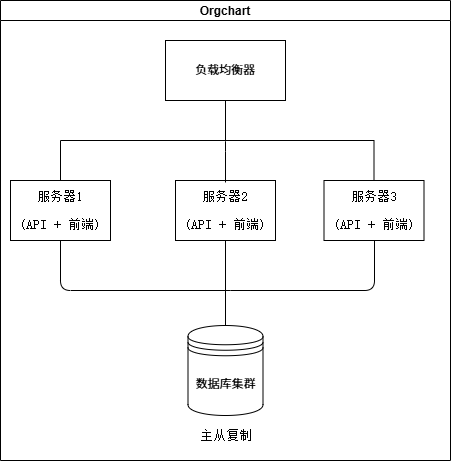
Earlier version of the draw.io export 架构示例.drawio.png (kikikong31/highland-nexus-ui). Source tidied: cells renumbered, new cells last; positions are measured from the earlier drawing's top-left corner, leaving out a move shared by most shapes. The source it was exported from:
```xml
<mxGraphModel>
  <root>
    <mxCell id="0" />
    <mxCell id="1" parent="0" />
    <mxCell id="2" value="Orgchart" style="swimlane;startSize=20;horizontal=1;containerType=tree;newEdgeStyle={&quot;edgeStyle&quot;:&quot;elbowEdgeStyle&quot;,&quot;startArrow&quot;:&quot;none&quot;,&quot;endArrow&quot;:&quot;none&quot;};" parent="1" vertex="1">
      <mxGeometry width="450" height="460" as="geometry" />
    </mxCell>
    <mxCell id="3" style="edgeStyle=elbowEdgeStyle;elbow=vertical;sourcePerimeterSpacing=0;targetPerimeterSpacing=0;startArrow=none;endArrow=none;rounded=0;curved=0;" parent="2" edge="1" source="5" target="7">
      <mxGeometry relative="1" as="geometry" />
    </mxCell>
    <mxCell id="4" style="edgeStyle=elbowEdgeStyle;elbow=vertical;sourcePerimeterSpacing=0;targetPerimeterSpacing=0;startArrow=none;endArrow=none;rounded=0;curved=0;" parent="2" edge="1" source="5" target="9">
      <mxGeometry relative="1" as="geometry">
        <Array as="points">
          <mxPoint x="225" y="140" />
        </Array>
      </mxGeometry>
    </mxCell>
    <mxCell id="5" value="负载均衡器" style="whiteSpace=wrap;html=1;align=center;newEdgeStyle={&quot;edgeStyle&quot;:&quot;elbowEdgeStyle&quot;,&quot;startArrow&quot;:&quot;none&quot;,&quot;endArrow&quot;:&quot;none&quot;};" parent="2" vertex="1">
      <mxGeometry x="165" y="40" width="120" height="60" as="geometry" />
    </mxCell>
    <mxCell id="6" style="edgeStyle=elbowEdgeStyle;html=1;startArrow=none;endArrow=none;" parent="2" edge="1" source="7">
      <mxGeometry relative="1" as="geometry">
        <mxPoint x="230" y="290" as="targetPoint" />
        <Array as="points">
          <mxPoint x="60" y="390" />
        </Array>
      </mxGeometry>
    </mxCell>
    <mxCell id="7" value="&lt;p class=&quot;MsoNormal&quot;&gt;&lt;span style=&quot;mso-spacerun:'yes';font-family:宋体;mso-hansi-font-family:'Courier New';&lt;br/&gt;color:rgb(0,0,0);font-size:10.0000pt;mso-font-kerning:1.0000pt;&quot;&gt;&lt;font face=&quot;宋体&quot;&gt;服务器&lt;/font&gt;1&lt;br&gt;&lt;/span&gt;&lt;/p&gt;&lt;p class=&quot;MsoNormal&quot;&gt;&lt;span style=&quot;mso-spacerun:'yes';font-family:宋体;mso-hansi-font-family:'Courier New';&lt;br/&gt;color:rgb(0,0,0);font-size:10.0000pt;mso-font-kerning:1.0000pt;&quot;&gt;(API + 前端)&lt;/span&gt;&lt;span style=&quot;mso-spacerun:'yes';font-family:宋体;mso-hansi-font-family:'Courier New';&lt;br/&gt;color:rgb(0,0,0);font-size:10.0000pt;mso-font-kerning:1.0000pt;&quot;&gt;&lt;br&gt;&lt;/span&gt;&lt;/p&gt;" style="whiteSpace=wrap;html=1;align=center;verticalAlign=middle;newEdgeStyle={&quot;edgeStyle&quot;:&quot;elbowEdgeStyle&quot;,&quot;startArrow&quot;:&quot;none&quot;,&quot;endArrow&quot;:&quot;none&quot;};" parent="2" vertex="1">
      <mxGeometry x="10" y="180" width="100" height="60" as="geometry" />
    </mxCell>
    <mxCell id="8" style="edgeStyle=elbowEdgeStyle;html=1;startArrow=none;endArrow=none;" parent="2" edge="1" source="9">
      <mxGeometry relative="1" as="geometry">
        <mxPoint x="230" y="290" as="targetPoint" />
        <Array as="points">
          <mxPoint x="374" y="300" />
        </Array>
      </mxGeometry>
    </mxCell>
    <mxCell id="9" value="&lt;p class=&quot;MsoNormal&quot;&gt;&lt;span style=&quot;mso-spacerun:'yes';font-family:宋体;mso-hansi-font-family:'Courier New';&lt;br/&gt;color:rgb(0,0,0);font-size:10.0000pt;mso-font-kerning:1.0000pt;&quot;&gt;&lt;font face=&quot;宋体&quot;&gt;服务器&lt;/font&gt;3&lt;br&gt;&lt;/span&gt;&lt;/p&gt;&lt;p class=&quot;MsoNormal&quot;&gt;&lt;span style=&quot;mso-spacerun:'yes';font-family:宋体;mso-hansi-font-family:'Courier New';&lt;br/&gt;color:rgb(0,0,0);font-size:10.0000pt;mso-font-kerning:1.0000pt;&quot;&gt;(API + 前端)&lt;/span&gt;&lt;span style=&quot;mso-spacerun:'yes';font-family:宋体;mso-hansi-font-family:'Courier New';&lt;br/&gt;color:rgb(0,0,0);font-size:10.0000pt;mso-font-kerning:1.0000pt;&quot;&gt;&lt;br&gt;&lt;/span&gt;&lt;/p&gt;" style="whiteSpace=wrap;html=1;align=center;verticalAlign=middle;newEdgeStyle={&quot;edgeStyle&quot;:&quot;elbowEdgeStyle&quot;,&quot;startArrow&quot;:&quot;none&quot;,&quot;endArrow&quot;:&quot;none&quot;};" parent="2" vertex="1">
      <mxGeometry x="323.5" y="180" width="100" height="60" as="geometry" />
    </mxCell>
    <mxCell id="10" style="edgeStyle=elbowEdgeStyle;html=1;startArrow=none;endArrow=none;entryX=0.5;entryY=0;entryDx=0;entryDy=0;" parent="2" edge="1" source="11" target="13">
      <mxGeometry relative="1" as="geometry" />
    </mxCell>
    <mxCell id="11" value="&lt;p class=&quot;MsoNormal&quot;&gt;&lt;span style=&quot;mso-spacerun:'yes';font-family:宋体;mso-hansi-font-family:'Courier New';&lt;br/&gt;color:rgb(0,0,0);font-size:10.0000pt;mso-font-kerning:1.0000pt;&quot;&gt;&lt;font face=&quot;宋体&quot;&gt;服务器&lt;/font&gt;2&lt;br&gt;&lt;/span&gt;&lt;/p&gt;&lt;p class=&quot;MsoNormal&quot;&gt;&lt;span style=&quot;mso-spacerun:'yes';font-family:宋体;mso-hansi-font-family:'Courier New';&lt;br/&gt;color:rgb(0,0,0);font-size:10.0000pt;mso-font-kerning:1.0000pt;&quot;&gt;(API + 前端)&lt;/span&gt;&lt;span style=&quot;mso-spacerun:'yes';font-family:宋体;mso-hansi-font-family:'Courier New';&lt;br/&gt;color:rgb(0,0,0);font-size:10.0000pt;mso-font-kerning:1.0000pt;&quot;&gt;&lt;br&gt;&lt;/span&gt;&lt;/p&gt;" style="whiteSpace=wrap;html=1;align=center;verticalAlign=middle;newEdgeStyle={&quot;edgeStyle&quot;:&quot;elbowEdgeStyle&quot;,&quot;startArrow&quot;:&quot;none&quot;,&quot;endArrow&quot;:&quot;none&quot;};" parent="2" vertex="1">
      <mxGeometry x="175" y="180" width="100" height="60" as="geometry" />
    </mxCell>
    <mxCell id="12" style="edgeStyle=elbowEdgeStyle;html=1;startArrow=none;endArrow=none;entryX=0.61;entryY=0.033;entryDx=0;entryDy=0;entryPerimeter=0;" parent="2" edge="1">
      <mxGeometry relative="1" as="geometry">
        <mxPoint x="225" y="100" as="sourcePoint" />
        <mxPoint x="225" y="182" as="targetPoint" />
      </mxGeometry>
    </mxCell>
    <mxCell id="13" value="数据库集群" style="shape=datastore;whiteSpace=wrap;html=1;" parent="2" vertex="1">
      <mxGeometry x="187.5" y="325" width="75" height="90" as="geometry" />
    </mxCell>
    <mxCell id="14" value="&lt;p class=&quot;MsoNormal&quot;&gt;&lt;span style=&quot;mso-spacerun:'yes';font-family:宋体;mso-hansi-font-family:'Courier New';&lt;br/&gt;color:rgb(0,0,0);font-size:10.0000pt;mso-font-kerning:1.0000pt;&quot;&gt;&lt;font face=&quot;宋体&quot;&gt;主从复制&lt;/font&gt;&lt;/span&gt;&lt;/p&gt;" style="text;html=1;align=center;verticalAlign=middle;strokeColor=none;fillColor=none;" parent="2" vertex="1">
      <mxGeometry x="185" y="410" width="80" height="50" as="geometry" />
    </mxCell>
  </root>
</mxGraphModel>
```
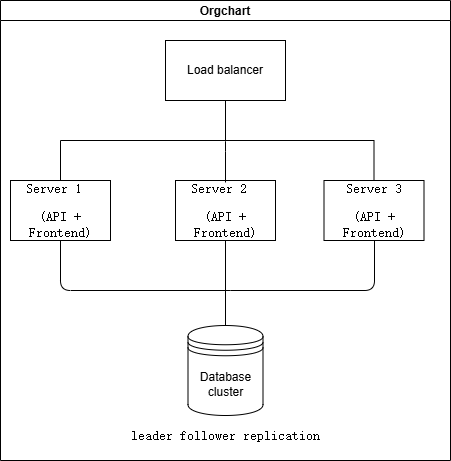
The same diagram one commit later.

What changed in the source:
```diff
@@ -15,7 +15,7 @@
         </Array>
       </mxGeometry>
     </mxCell>
-    <mxCell id="5" value="负载均衡器" style="whiteSpace=wrap;html=1;align=center;newEdgeStyle={&quot;edgeStyle&quot;:&quot;elbowEdgeStyle&quot;,&quot;startArrow&quot;:&quot;none&quot;,&quot;endArrow&quot;:&quot;none&quot;};" parent="2" vertex="1">
+    <mxCell id="5" value="Load balancer" style="whiteSpace=wrap;html=1;align=center;newEdgeStyle={&quot;edgeStyle&quot;:&quot;elbowEdgeStyle&quot;,&quot;startArrow&quot;:&quot;none&quot;,&quot;endArrow&quot;:&quot;none&quot;};" parent="2" vertex="1">
       <mxGeometry x="165" y="40" width="120" height="60" as="geometry" />
     </mxCell>
     <mxCell id="6" style="edgeStyle=elbowEdgeStyle;html=1;startArrow=none;endArrow=none;" parent="2" edge="1" source="7">
@@ -26,7 +26,7 @@
         </Array>
       </mxGeometry>
     </mxCell>
-    <mxCell id="7" value="&lt;p class=&quot;MsoNormal&quot;&gt;&lt;span style=&quot;mso-spacerun:'yes';font-family:宋体;mso-hansi-font-family:'Courier New';&lt;br/&gt;color:rgb(0,0,0);font-size:10.0000pt;mso-font-kerning:1.0000pt;&quot;&gt;&lt;font face=&quot;宋体&quot;&gt;服务器&lt;/font&gt;1&lt;br&gt;&lt;/span&gt;&lt;/p&gt;&lt;p class=&quot;MsoNormal&quot;&gt;&lt;span style=&quot;mso-spacerun:'yes';font-family:宋体;mso-hansi-font-family:'Courier New';&lt;br/&gt;color:rgb(0,0,0);font-size:10.0000pt;mso-font-kerning:1.0000pt;&quot;&gt;(API + 前端)&lt;/span&gt;&lt;span style=&quot;mso-spacerun:'yes';font-family:宋体;mso-hansi-font-family:'Courier New';&lt;br/&gt;color:rgb(0,0,0);font-size:10.0000pt;mso-font-kerning:1.0000pt;&quot;&gt;&lt;br&gt;&lt;/span&gt;&lt;/p&gt;" style="whiteSpace=wrap;html=1;align=center;verticalAlign=middle;newEdgeStyle={&quot;edgeStyle&quot;:&quot;elbowEdgeStyle&quot;,&quot;startArrow&quot;:&quot;none&quot;,&quot;endArrow&quot;:&quot;none&quot;};" parent="2" vertex="1">
+    <mxCell id="7" value="&lt;p class=&quot;MsoNormal&quot;&gt;&lt;font face=&quot;宋体&quot;&gt;&lt;span style=&quot;font-size: 13.3333px;&quot;&gt;Server 1&amp;nbsp;&lt;/span&gt;&lt;/font&gt;&lt;/p&gt;&lt;p class=&quot;MsoNormal&quot;&gt;&lt;font face=&quot;宋体&quot;&gt;&lt;span style=&quot;font-size: 13.3333px;&quot;&gt;(API + Frontend)&lt;/span&gt;&lt;/font&gt;&lt;/p&gt;" style="whiteSpace=wrap;html=1;align=center;verticalAlign=middle;newEdgeStyle={&quot;edgeStyle&quot;:&quot;elbowEdgeStyle&quot;,&quot;startArrow&quot;:&quot;none&quot;,&quot;endArrow&quot;:&quot;none&quot;};" parent="2" vertex="1">
       <mxGeometry x="10" y="180" width="100" height="60" as="geometry" />
     </mxCell>
     <mxCell id="8" style="edgeStyle=elbowEdgeStyle;html=1;startArrow=none;endArrow=none;" parent="2" edge="1" source="9">
@@ -37,13 +37,13 @@
         </Array>
       </mxGeometry>
     </mxCell>
-    <mxCell id="9" value="&lt;p class=&quot;MsoNormal&quot;&gt;&lt;span style=&quot;mso-spacerun:'yes';font-family:宋体;mso-hansi-font-family:'Courier New';&lt;br/&gt;color:rgb(0,0,0);font-size:10.0000pt;mso-font-kerning:1.0000pt;&quot;&gt;&lt;font face=&quot;宋体&quot;&gt;服务器&lt;/font&gt;3&lt;br&gt;&lt;/span&gt;&lt;/p&gt;&lt;p class=&quot;MsoNormal&quot;&gt;&lt;span style=&quot;mso-spacerun:'yes';font-family:宋体;mso-hansi-font-family:'Courier New';&lt;br/&gt;color:rgb(0,0,0);font-size:10.0000pt;mso-font-kerning:1.0000pt;&quot;&gt;(API + 前端)&lt;/span&gt;&lt;span style=&quot;mso-spacerun:'yes';font-family:宋体;mso-hansi-font-family:'Courier New';&lt;br/&gt;color:rgb(0,0,0);font-size:10.0000pt;mso-font-kerning:1.0000pt;&quot;&gt;&lt;br&gt;&lt;/span&gt;&lt;/p&gt;" style="whiteSpace=wrap;html=1;align=center;verticalAlign=middle;newEdgeStyle={&quot;edgeStyle&quot;:&quot;elbowEdgeStyle&quot;,&quot;startArrow&quot;:&quot;none&quot;,&quot;endArrow&quot;:&quot;none&quot;};" parent="2" vertex="1">
+    <mxCell id="9" value="&lt;p class=&quot;MsoNormal&quot;&gt;&lt;font face=&quot;宋体&quot;&gt;&lt;span style=&quot;font-size: 13.3333px;&quot;&gt;Server 3&lt;/span&gt;&lt;/font&gt;&lt;/p&gt;&lt;p class=&quot;MsoNormal&quot;&gt;&lt;font face=&quot;宋体&quot;&gt;&lt;span style=&quot;font-size: 13.3333px;&quot;&gt;(API + Frontend)&lt;/span&gt;&lt;/font&gt;&lt;/p&gt;" style="whiteSpace=wrap;html=1;align=center;verticalAlign=middle;newEdgeStyle={&quot;edgeStyle&quot;:&quot;elbowEdgeStyle&quot;,&quot;startArrow&quot;:&quot;none&quot;,&quot;endArrow&quot;:&quot;none&quot;};" parent="2" vertex="1">
       <mxGeometry x="323.5" y="180" width="100" height="60" as="geometry" />
     </mxCell>
     <mxCell id="10" style="edgeStyle=elbowEdgeStyle;html=1;startArrow=none;endArrow=none;entryX=0.5;entryY=0;entryDx=0;entryDy=0;" parent="2" edge="1" source="11" target="13">
       <mxGeometry relative="1" as="geometry" />
     </mxCell>
-    <mxCell id="11" value="&lt;p class=&quot;MsoNormal&quot;&gt;&lt;span style=&quot;mso-spacerun:'yes';font-family:宋体;mso-hansi-font-family:'Courier New';&lt;br/&gt;color:rgb(0,0,0);font-size:10.0000pt;mso-font-kerning:1.0000pt;&quot;&gt;&lt;font face=&quot;宋体&quot;&gt;服务器&lt;/font&gt;2&lt;br&gt;&lt;/span&gt;&lt;/p&gt;&lt;p class=&quot;MsoNormal&quot;&gt;&lt;span style=&quot;mso-spacerun:'yes';font-family:宋体;mso-hansi-font-family:'Courier New';&lt;br/&gt;color:rgb(0,0,0);font-size:10.0000pt;mso-font-kerning:1.0000pt;&quot;&gt;(API + 前端)&lt;/span&gt;&lt;span style=&quot;mso-spacerun:'yes';font-family:宋体;mso-hansi-font-family:'Courier New';&lt;br/&gt;color:rgb(0,0,0);font-size:10.0000pt;mso-font-kerning:1.0000pt;&quot;&gt;&lt;br&gt;&lt;/span&gt;&lt;/p&gt;" style="whiteSpace=wrap;html=1;align=center;verticalAlign=middle;newEdgeStyle={&quot;edgeStyle&quot;:&quot;elbowEdgeStyle&quot;,&quot;startArrow&quot;:&quot;none&quot;,&quot;endArrow&quot;:&quot;none&quot;};" parent="2" vertex="1">
+    <mxCell id="11" value="&lt;p class=&quot;MsoNormal&quot;&gt;&lt;font face=&quot;宋体&quot;&gt;&lt;span style=&quot;font-size: 13.3333px;&quot;&gt;Server 2&amp;nbsp;&lt;/span&gt;&lt;/font&gt;&lt;/p&gt;&lt;p class=&quot;MsoNormal&quot;&gt;&lt;font face=&quot;宋体&quot;&gt;&lt;span style=&quot;font-size: 13.3333px;&quot;&gt;(API + Frontend)&lt;/span&gt;&lt;/font&gt;&lt;/p&gt;" style="whiteSpace=wrap;html=1;align=center;verticalAlign=middle;newEdgeStyle={&quot;edgeStyle&quot;:&quot;elbowEdgeStyle&quot;,&quot;startArrow&quot;:&quot;none&quot;,&quot;endArrow&quot;:&quot;none&quot;};" parent="2" vertex="1">
       <mxGeometry x="175" y="180" width="100" height="60" as="geometry" />
     </mxCell>
     <mxCell id="12" style="edgeStyle=elbowEdgeStyle;html=1;startArrow=none;endArrow=none;entryX=0.61;entryY=0.033;entryDx=0;entryDy=0;entryPerimeter=0;" parent="2" edge="1">
@@ -52,11 +52,11 @@
         <mxPoint x="225" y="182" as="targetPoint" />
       </mxGeometry>
     </mxCell>
-    <mxCell id="13" value="数据库集群" style="shape=datastore;whiteSpace=wrap;html=1;" parent="2" vertex="1">
+    <mxCell id="13" value="Database cluster" style="shape=datastore;whiteSpace=wrap;html=1;" parent="2" vertex="1">
       <mxGeometry x="187.5" y="325" width="75" height="90" as="geometry" />
     </mxCell>
-    <mxCell id="14" value="&lt;p class=&quot;MsoNormal&quot;&gt;&lt;span style=&quot;mso-spacerun:'yes';font-family:宋体;mso-hansi-font-family:'Courier New';&lt;br/&gt;color:rgb(0,0,0);font-size:10.0000pt;mso-font-kerning:1.0000pt;&quot;&gt;&lt;font face=&quot;宋体&quot;&gt;主从复制&lt;/font&gt;&lt;/span&gt;&lt;/p&gt;" style="text;html=1;align=center;verticalAlign=middle;strokeColor=none;fillColor=none;" parent="2" vertex="1">
-      <mxGeometry x="185" y="410" width="80" height="50" as="geometry" />
+    <mxCell id="14" value="&lt;p class=&quot;MsoNormal&quot;&gt;&lt;font face=&quot;宋体&quot;&gt;&lt;span style=&quot;font-size: 13.3333px;&quot;&gt;leader follower replication&lt;/span&gt;&lt;/font&gt;&lt;/p&gt;" style="text;html=1;align=center;verticalAlign=middle;strokeColor=none;fillColor=none;" parent="2" vertex="1">
+      <mxGeometry x="125" y="410" width="200" height="50" as="geometry" />
     </mxCell>
   </root>
 </mxGraphModel>
```
